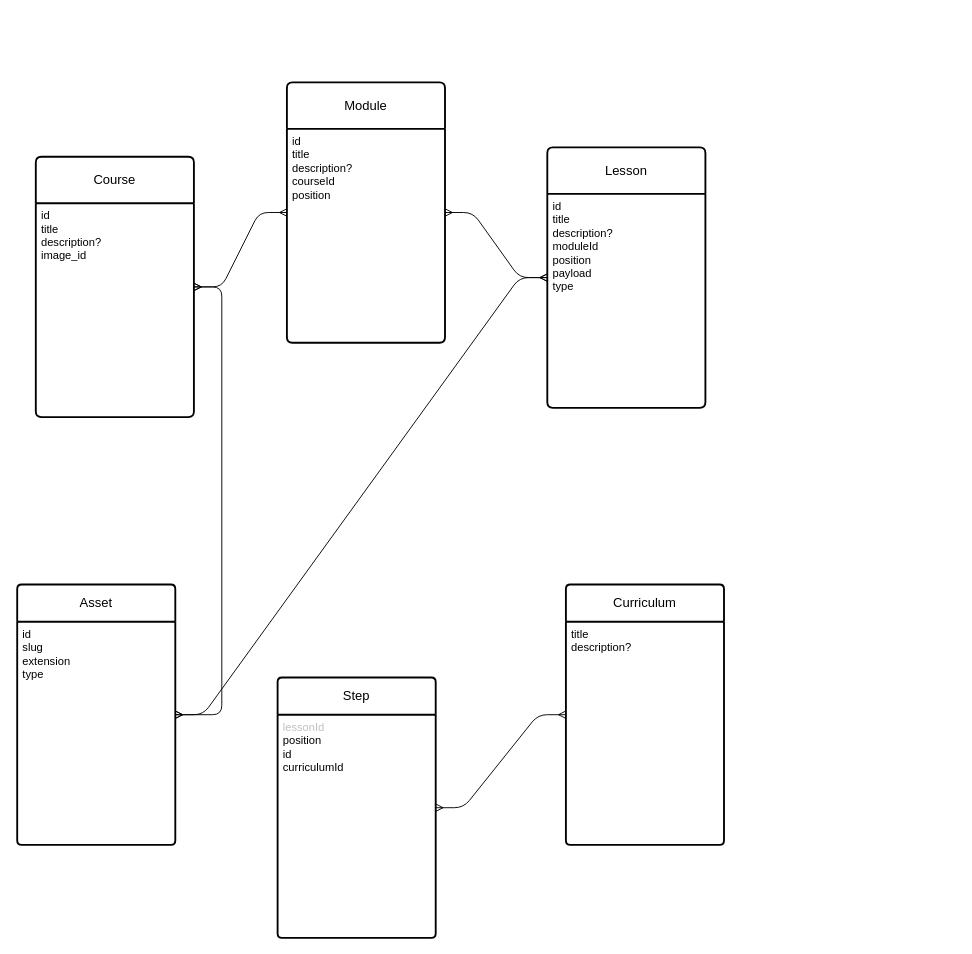
Above: .dev/db.drawio in gikdev/boot-code (draw.io), before the change. Source tidied: cells renumbered, new cells numbered last; positions are measured from the earlier drawing's top-left corner, leaving out a move shared by most shapes. Both pictures are drawn from the tidied source at 93%, with x=0, y=0 at pixel (17, 82).
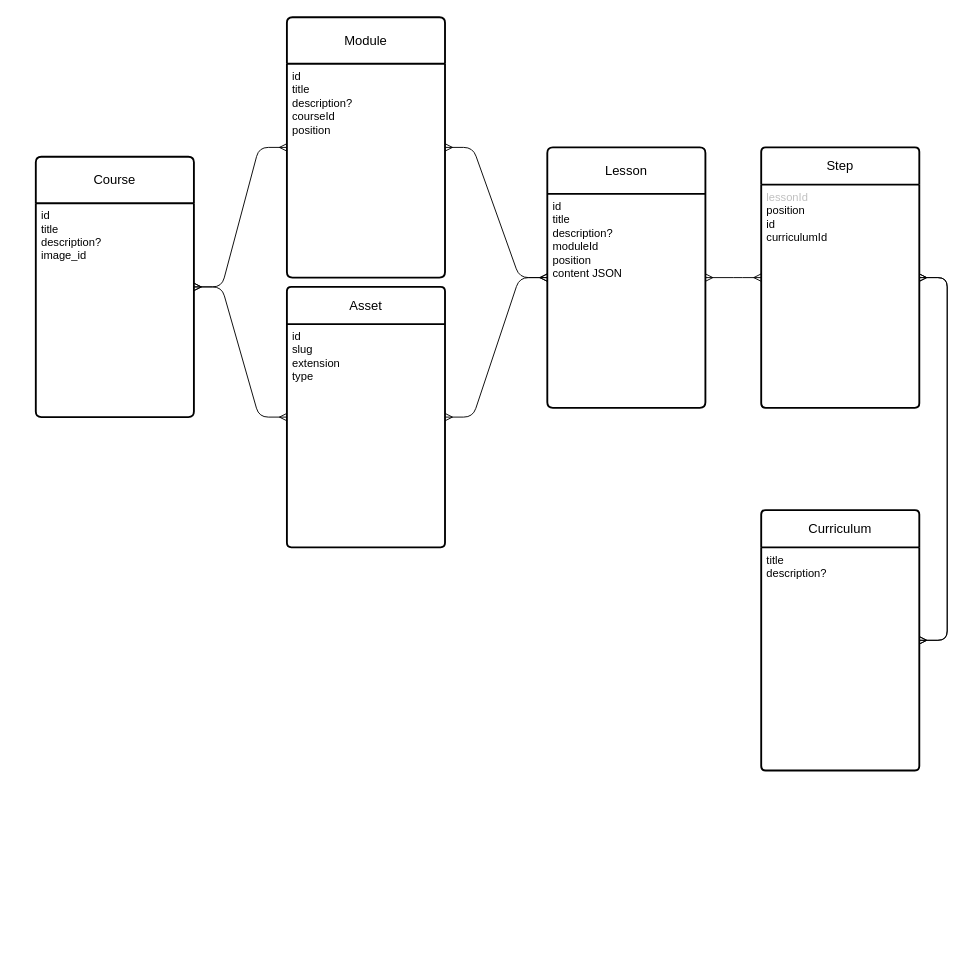
The same page after the edit.

Commit message:
Update DB schema drawing.

The change refers to these unchanged cells:
```xml
<mxCell id="6" value="Lesson" style="swimlane;horizontal=1;startSize=50;rounded=1;fontSize=14;fontStyle=0;strokeWidth=2;shadow=0;dashed=0;align=center;arcSize=4;whiteSpace=wrap;html=1;" parent="1" vertex="1">
  <mxGeometry x="570" y="70" width="170" height="280" as="geometry" />
</mxCell>
```

The edit, as a diff of the source:
```diff
@@
     <mxCell id="4" value="Module" style="swimlane;horizontal=1;startSize=50;rounded=1;fontSize=14;fontStyle=0;strokeWidth=2;shadow=0;dashed=0;align=center;arcSize=4;whiteSpace=wrap;html=1;" parent="1" vertex="1">
-      <mxGeometry x="290" width="170" height="280" as="geometry" />
+      <mxGeometry x="290" y="-70" width="170" height="280" as="geometry" />
     </mxCell>
@@
-    <mxCell id="7" value="&lt;div&gt;id&lt;/div&gt;title&lt;div&gt;description?&lt;/div&gt;&lt;div&gt;moduleId&lt;/div&gt;&lt;div&gt;position&lt;/div&gt;&lt;div&gt;payload&lt;/div&gt;&lt;div&gt;type&lt;/div&gt;" style="align=left;strokeColor=none;fillColor=none;spacingLeft=4;fontSize=12;verticalAlign=top;html=1;" parent="6" vertex="1">
+    <mxCell id="7" value="&lt;div&gt;id&lt;/div&gt;title&lt;div&gt;description?&lt;/div&gt;&lt;div&gt;moduleId&lt;/div&gt;&lt;div&gt;position&lt;/div&gt;&lt;div&gt;content JSON&lt;/div&gt;&lt;div&gt;&lt;br&gt;&lt;/div&gt;" style="align=left;strokeColor=none;fillColor=none;spacingLeft=4;fontSize=12;verticalAlign=top;html=1;" parent="6" vertex="1">
       <mxGeometry y="50" width="170" height="230" as="geometry" />
     </mxCell>
     <mxCell id="8" value="Curriculum" style="swimlane;horizontal=1;startSize=40;rounded=1;fontSize=14;fontStyle=0;strokeWidth=2;shadow=0;dashed=0;align=center;arcSize=4;whiteSpace=wrap;html=1;" parent="1" vertex="1">
-      <mxGeometry x="590" y="540" width="170" height="280" as="geometry" />
+      <mxGeometry x="800" y="460" width="170" height="280" as="geometry" />
     </mxCell>
@@
     <mxCell id="10" value="Step" style="swimlane;horizontal=1;startSize=40;rounded=1;fontSize=14;fontStyle=0;strokeWidth=2;shadow=0;dashed=0;align=center;arcSize=4;whiteSpace=wrap;html=1;" parent="1" vertex="1">
-      <mxGeometry x="280" y="640" width="170" height="280" as="geometry" />
+      <mxGeometry x="800" y="70" width="170" height="280" as="geometry" />
     </mxCell>
@@
     <mxCell id="12" value="Asset" style="swimlane;horizontal=1;startSize=40;rounded=1;fontSize=14;fontStyle=0;strokeWidth=2;shadow=0;dashed=0;align=center;arcSize=4;whiteSpace=wrap;html=1;" parent="1" vertex="1">
-      <mxGeometry y="540" width="170" height="280" as="geometry" />
+      <mxGeometry x="290" y="220" width="170" height="280" as="geometry" />
     </mxCell>
@@
+    <mxCell id="19" style="edgeStyle=entityRelationEdgeStyle;fontSize=12;html=1;endArrow=ERmany;startArrow=ERmany;" parent="1" edge="1" source="10" target="8">
+      <mxGeometry relative="1" as="geometry">
+        <Array as="points">
+          <mxPoint x="560" y="770" />
+          <mxPoint x="440" y="660" />
+          <mxPoint x="650" y="830" />
+          <mxPoint x="565" y="650" />
+        </Array>
+      </mxGeometry>
+    </mxCell>
+    <mxCell id="20" style="edgeStyle=entityRelationEdgeStyle;fontSize=12;html=1;endArrow=ERmany;startArrow=ERmany;" parent="1" edge="1" source="6" target="10">
+      <mxGeometry relative="1" as="geometry">
+        <Array as="points">
+          <mxPoint x="80" y="810" />
+          <mxPoint x="-40" y="700" />
+          <mxPoint x="170" y="870" />
+          <mxPoint x="85" y="690" />
+        </Array>
+      </mxGeometry>
+    </mxCell>
```
